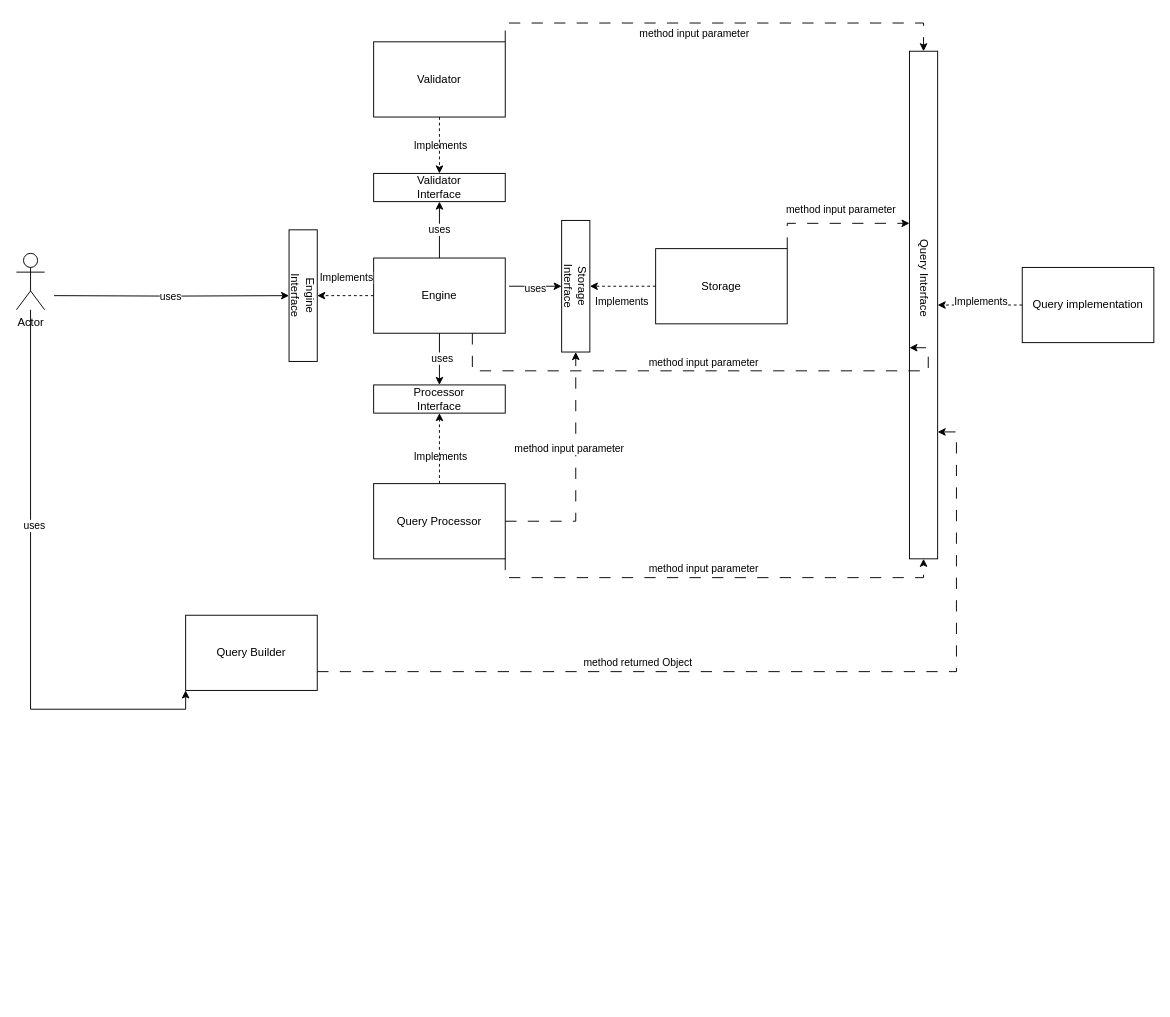
This is page "db-system" (2 of 3) of demo.drawio from abhihayer/Drawings, a draw.io file, before an edit. Source tidied: cells renumbered, new cells numbered last; positions are measured from the earlier drawing's top-left corner, leaving out a move shared by most shapes. Both pictures are drawn from the tidied source at 94%, with x=0, y=0 at pixel (16, 32).
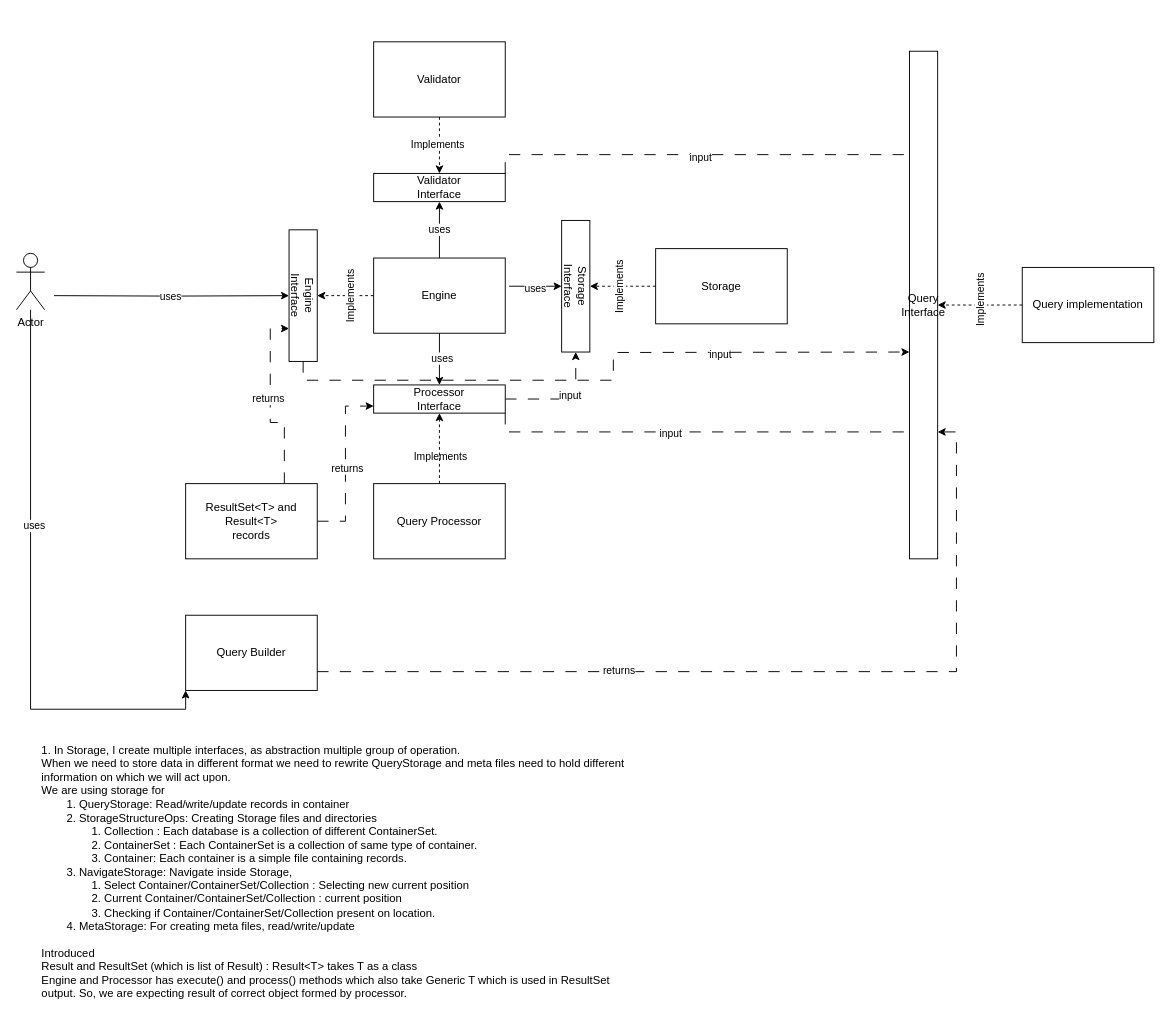
Above is the later version.

Unchanged cells that the change refers to:
```xml
<mxCell id="2" style="edgeStyle=orthogonalEdgeStyle;rounded=0;jettySize=auto;html=1;dashed=1;" parent="1" edge="1" source="5" target="10">
  <mxGeometry relative="1" as="geometry" />
</mxCell>
<mxCell id="5" value="Engine" style="rounded=0;whiteSpace=wrap;html=1;" parent="1" vertex="1">
  <mxGeometry x="380" y="240" width="140" height="80" as="geometry" />
</mxCell>
<mxCell id="6" style="group;" parent="1" vertex="1">
  <mxGeometry x="290" y="210" width="30" height="140" as="geometry" />
</mxCell>
<mxCell id="7" style="rounded=0;whiteSpace=wrap;html=1;" parent="6" vertex="1">
  <mxGeometry width="30" height="140" as="geometry" />
</mxCell>
<mxCell id="14" style="edgeStyle=orthogonalEdgeStyle;rounded=0;jettySize=auto;html=1;dashed=1;" parent="1" edge="1" source="19" target="24">
  <mxGeometry relative="1" as="geometry" />
</mxCell>
<mxCell id="19" value="Storage" style="rounded=0;whiteSpace=wrap;html=1;" parent="1" vertex="1">
  <mxGeometry x="680" y="230" width="140" height="80" as="geometry" />
</mxCell>
<mxCell id="21" value="Query Processor" style="rounded=0;whiteSpace=wrap;html=1;" parent="1" vertex="1">
  <mxGeometry x="380" y="480" width="140" height="80" as="geometry" />
</mxCell>
<mxCell id="23" style="rounded=0;whiteSpace=wrap;html=1;" parent="22" vertex="1">
  <mxGeometry width="30" height="140" as="geometry" />
</mxCell>
<mxCell id="28" style="rounded=0;whiteSpace=wrap;html=1;direction=south;" parent="27" vertex="1">
  <mxGeometry x="-55" y="55" width="140" height="30" as="geometry" />
</mxCell>
<mxCell id="33" style="rounded=0;whiteSpace=wrap;html=1;direction=south;" parent="32" vertex="1">
  <mxGeometry width="140" height="30" as="geometry" />
</mxCell>
<mxCell id="35" style="edgeStyle=orthogonalEdgeStyle;rounded=0;jettySize=auto;html=1;dashed=1;" parent="1" edge="1" source="36" target="34">
  <mxGeometry relative="1" as="geometry" />
</mxCell>
<mxCell id="36" value="Validator" style="rounded=0;whiteSpace=wrap;html=1;" parent="1" vertex="1">
  <mxGeometry x="380" y="10" width="140" height="80" as="geometry" />
</mxCell>
```

The edit, as a diff of the source:
```diff
@@
+    <mxCell id="56" value="Implements" style="edgeLabel;html=1;align=center;verticalAlign=middle;rotation=270;" parent="2" vertex="1">
+      <mxGeometry x="-0.11" y="2" relative="1" as="geometry">
+        <mxPoint x="2" as="offset" />
+      </mxGeometry>
+    </mxCell>
@@
+    <mxCell id="48" style="edgeStyle=orthogonalEdgeStyle;rounded=0;jettySize=auto;html=1;exitDx=0;exitDy=0;entryDx=0;entryDy=0;dashed=1;dashPattern=12 12;exitX=0.5;exitY=1;entryX=0.5;entryY=1;" parent="6" edge="1" source="7">
+      <mxGeometry relative="1" as="geometry">
+        <mxPoint x="660" y="130" as="targetPoint" />
+      </mxGeometry>
+    </mxCell>
+    <mxCell id="57" value="input" style="edgeLabel;html=1;align=center;verticalAlign=middle;" parent="48" vertex="1">
+      <mxGeometry x="0.42" y="-2" relative="1" as="geometry" />
+    </mxCell>
@@
-    <mxCell id="15" value="Implements" style="edgeLabel;html=1;align=center;verticalAlign=middle;" parent="14" vertex="1">
-      <mxGeometry x="0.05" y="2" relative="1" as="geometry">
-        <mxPoint y="13" as="offset" />
-      </mxGeometry>
-    </mxCell>
-    <mxCell id="16" value="Implements" style="edgeLabel;html=1;align=center;verticalAlign=middle;" parent="14" vertex="1">
-      <mxGeometry x="0.05" y="2" relative="1" as="geometry">
-        <mxPoint x="-193" y="-152" as="offset" />
-      </mxGeometry>
-    </mxCell>
-    <mxCell id="17" value="Implements" style="edgeLabel;html=1;align=center;verticalAlign=middle;" parent="14" vertex="1">
-      <mxGeometry x="0.05" y="2" relative="1" as="geometry">
-        <mxPoint x="-293" y="-12" as="offset" />
-      </mxGeometry>
-    </mxCell>
@@
+    <mxCell id="58" value="Implements" style="edgeLabel;html=1;align=center;verticalAlign=middle;rotation=270;" parent="14" vertex="1">
+      <mxGeometry x="0.1" y="2" relative="1" as="geometry" />
+    </mxCell>
@@
+    <mxCell id="59" value="Implements" style="edgeLabel;html=1;align=center;verticalAlign=middle;" parent="35" vertex="1">
+      <mxGeometry x="-0.07" y="-3" relative="1" as="geometry" />
+    </mxCell>
@@
-    <mxCell id="37" style="edgeStyle=orthogonalEdgeStyle;rounded=0;jettySize=auto;html=1;exitX=1;exitY=0.5;exitDx=0;exitDy=0;entryX=0.5;entryY=1;entryDx=0;entryDy=0;dashed=1;dashPattern=12 12;" parent="1" edge="1" source="21" target="23">
+    <mxCell id="37" style="edgeStyle=orthogonalEdgeStyle;rounded=0;jettySize=auto;html=1;exitX=0.5;exitY=0;exitDx=0;exitDy=0;entryX=0.5;entryY=1;entryDx=0;entryDy=0;dashed=1;dashPattern=12 12;" parent="1" edge="1" source="28" target="23">
       <mxGeometry relative="1" as="geometry" />
     </mxCell>
-    <mxCell id="38" value="method input parameter" style="edgeLabel;html=1;align=center;verticalAlign=middle;" parent="37" vertex="1">
-      <mxGeometry x="0.07" y="4" relative="1" as="geometry">
-        <mxPoint x="-4" y="-17" as="offset" />
-      </mxGeometry>
-    </mxCell>
-    <mxCell id="39" style="group;" parent="1" vertex="1">
-      <mxGeometry x="950" y="180" width="230" height="380" as="geometry" />
-    </mxCell>
+    <mxCell id="60" value="input&lt;div&gt;&lt;br&gt;&lt;/div&gt;" style="edgeLabel;html=1;align=center;verticalAlign=middle;" parent="37" vertex="1">
+      <mxGeometry x="0.08" y="-2" relative="1" as="geometry" />
+    </mxCell>
+    <mxCell id="45" style="edgeStyle=orthogonalEdgeStyle;rounded=0;jettySize=auto;html=1;exitX=0;exitY=0;exitDx=0;exitDy=0;entryX=0.5;entryY=0;entryDx=0;entryDy=0;dashed=1;dashPattern=12 12;" parent="1" edge="1" source="33" target="40">
+      <mxGeometry relative="1" as="geometry" />
+    </mxCell>
+    <mxCell id="61" value="input" style="edgeLabel;html=1;align=center;verticalAlign=middle;" parent="45" vertex="1">
+      <mxGeometry x="-0.21" y="-2" relative="1" as="geometry" />
+    </mxCell>
+    <mxCell id="46" style="edgeStyle=orthogonalEdgeStyle;rounded=0;jettySize=auto;html=1;exitX=1;exitY=0;exitDx=0;exitDy=0;entryX=0.5;entryY=1;entryDx=0;entryDy=0;dashed=1;dashPattern=12 12;" parent="1" edge="1" source="28" target="40">
+      <mxGeometry relative="1" as="geometry" />
+    </mxCell>
+    <mxCell id="62" value="input" style="edgeLabel;html=1;align=center;verticalAlign=middle;" parent="46" vertex="1">
+      <mxGeometry x="-0.35" y="-1" relative="1" as="geometry" />
+    </mxCell>
+    <mxCell id="53" value="Query Builder" style="rounded=0;whiteSpace=wrap;html=1;" parent="1" vertex="1">
+      <mxGeometry x="180" y="620" width="140" height="80" as="geometry" />
+    </mxCell>
+    <mxCell id="54" style="edgeStyle=orthogonalEdgeStyle;rounded=0;jettySize=auto;html=1;exitX=1;exitY=0.75;exitDx=0;exitDy=0;entryX=1;entryY=0.75;entryDx=0;entryDy=0;dashed=1;dashPattern=12 12;" parent="1" edge="1" source="53" target="40">
+      <mxGeometry relative="1" as="geometry" />
+    </mxCell>
+    <mxCell id="63" value="returns" style="edgeLabel;html=1;align=center;verticalAlign=middle;" parent="54" vertex="1">
+      <mxGeometry x="-0.33" y="2" relative="1" as="geometry" />
+    </mxCell>
+    <mxCell id="64" value="1. In Storage, I create multiple interfaces, as abstraction multiple group of operation.&amp;nbsp;&lt;div&gt;When we need to store data in different format we need to rewrite QueryStorage and meta files need to hold different information on which we will act upon.&lt;/div&gt;&lt;div&gt;We are using storage for&amp;nbsp;&lt;div&gt;&lt;div style=&quot;&quot;&gt;&lt;span style=&quot;background-color: transparent; color: light-dark(rgb(0, 0, 0), rgb(255, 255, 255));&quot;&gt;&lt;span style=&quot;white-space: pre;&quot;&gt;&#9;&lt;/span&gt;1. QueryStorage: Read/write/update records in container&lt;/span&gt;&lt;/div&gt;&lt;div style=&quot;&quot;&gt;&lt;span style=&quot;background-color: transparent; color: light-dark(rgb(0, 0, 0), rgb(255, 255, 255));&quot;&gt;&lt;span style=&quot;white-space: pre;&quot;&gt;&#9;&lt;/span&gt;2. StorageStructureOps: Creating Storage files and directories&lt;/span&gt;&lt;/div&gt;&lt;div style=&quot;&quot;&gt;&lt;span style=&quot;background-color: transparent; color: light-dark(rgb(0, 0, 0), rgb(255, 255, 255));&quot;&gt;&lt;span style=&quot;white-space: pre;&quot;&gt;&#9;&lt;/span&gt;&lt;span style=&quot;white-space: pre;&quot;&gt;&#9;&lt;/span&gt;1. Collection : Each database is a collection of different ContainerSet.&lt;br&gt;&lt;/span&gt;&lt;/div&gt;&lt;div style=&quot;&quot;&gt;&lt;span style=&quot;background-color: transparent; color: light-dark(rgb(0, 0, 0), rgb(255, 255, 255));&quot;&gt;&lt;span style=&quot;white-space: pre;&quot;&gt;&#9;&lt;/span&gt;&lt;span style=&quot;white-space: pre;&quot;&gt;&#9;&lt;/span&gt;2. ContainerSet : Each ContainerSet is a collection of same type of container.&lt;/span&gt;&lt;/div&gt;&lt;div style=&quot;&quot;&gt;&lt;span style=&quot;background-color: transparent; color: light-dark(rgb(0, 0, 0), rgb(255, 255, 255));&quot;&gt;&lt;span style=&quot;white-space: pre;&quot;&gt;&#9;&lt;/span&gt;&lt;span style=&quot;white-space: pre;&quot;&gt;&#9;&lt;/span&gt;3. Container: Each container is a simple file containing records.&amp;nbsp;&lt;br&gt;&lt;/span&gt;&lt;/div&gt;&lt;div style=&quot;&quot;&gt;&lt;span style=&quot;background-color: transparent; color: light-dark(rgb(0, 0, 0), rgb(255, 255, 255));&quot;&gt;&lt;span style=&quot;white-space: pre;&quot;&gt;&#9;&lt;/span&gt;3. NavigateStorage: Navigate inside Storage,&amp;nbsp;&lt;br&gt;&lt;/span&gt;&lt;/div&gt;&lt;div style=&quot;&quot;&gt;&lt;span style=&quot;background-color: transparent; color: light-dark(rgb(0, 0, 0), rgb(255, 255, 255));&quot;&gt;&lt;span style=&quot;white-space: pre;&quot;&gt;&#9;&lt;/span&gt;&lt;span style=&quot;white-space: pre;&quot;&gt;&#9;&lt;/span&gt;1. Select Container/ContainerSet/Collection : Selecting new current position&lt;br&gt;&lt;/span&gt;&lt;/div&gt;&lt;div style=&quot;&quot;&gt;&lt;span style=&quot;background-color: transparent; color: light-dark(rgb(0, 0, 0), rgb(255, 255, 255));&quot;&gt;&lt;span style=&quot;white-space: pre;&quot;&gt;&#9;&lt;/span&gt;&lt;span style=&quot;white-space: pre;&quot;&gt;&#9;&lt;/span&gt;2. Current&lt;/span&gt;&lt;span style=&quot;background-color: transparent; color: light-dark(rgb(0, 0, 0), rgb(255, 255, 255));&quot;&gt;&amp;nbsp;Container/ContainerSet/Collection : current position&lt;/span&gt;&lt;/div&gt;&lt;div style=&quot;&quot;&gt;&lt;span style=&quot;background-color: transparent; color: light-dark(rgb(0, 0, 0), rgb(255, 255, 255));&quot;&gt;&lt;span style=&quot;white-space: pre;&quot;&gt;&#9;&lt;/span&gt;&lt;span style=&quot;white-space: pre;&quot;&gt;&#9;&lt;/span&gt;3. Checking if&amp;nbsp;&lt;/span&gt;&lt;span style=&quot;background-color: transparent; color: light-dark(rgb(0, 0, 0), rgb(255, 255, 255));&quot;&gt;Container/ContainerSet/Collection&lt;/span&gt;&lt;span style=&quot;background-color: transparent; color: light-dark(rgb(0, 0, 0), rgb(255, 255, 255));&quot;&gt;&amp;nbsp;present on location.&lt;/span&gt;&lt;span style=&quot;background-color: transparent; color: light-dark(rgb(0, 0, 0), rgb(255, 255, 255));&quot;&gt;&lt;br&gt;&lt;/span&gt;&lt;/div&gt;&lt;div style=&quot;&quot;&gt;&lt;span style=&quot;background-color: transparent; color: light-dark(rgb(0, 0, 0), rgb(255, 255, 255));&quot;&gt;&amp;nbsp;&lt;span style=&quot;white-space: pre;&quot;&gt;&#9;&lt;/span&gt;4. MetaStorage: For creating meta files, read/write/update&lt;/span&gt;&lt;/div&gt;&lt;div&gt;&lt;span style=&quot;background-color: transparent; color: light-dark(rgb(0, 0, 0), rgb(255, 255, 255));&quot;&gt;&lt;br&gt;&lt;/span&gt;&lt;/div&gt;&lt;div&gt;&lt;span style=&quot;background-color: transparent; color: light-dark(rgb(0, 0, 0), rgb(255, 255, 255));&quot;&gt;Introduced&lt;/span&gt;&lt;/div&gt;&lt;div&gt;&lt;span style=&quot;background-color: transparent; color: light-dark(rgb(0, 0, 0), rgb(255, 255, 255));&quot;&gt;Result and ResultSet (which is list of Result) : Result&amp;lt;T&amp;gt; takes T as a class&lt;br&gt;&lt;/span&gt;&lt;/div&gt;&lt;div&gt;&lt;span style=&quot;background-color: transparent; color: light-dark(rgb(0, 0, 0), rgb(255, 255, 255));&quot;&gt;Engine and Processor has execute() and process() methods which also take Generic T which is used in ResultSet output. So, we are expecting result of correct object formed by processor.&amp;nbsp;&lt;/span&gt;&lt;/div&gt;&lt;/div&gt;&lt;/div&gt;" style="text;html=1;whiteSpace=wrap;strokeColor=none;fillColor=none;align=left;verticalAlign=top;rounded=0;" parent="1" vertex="1">
+      <mxGeometry x="25" y="750" width="630" height="250" as="geometry" />
+    </mxCell>
+    <mxCell id="65" style="edgeStyle=orthogonalEdgeStyle;rounded=0;jettySize=auto;html=1;dashed=1;dashPattern=12 12;entryX=0.75;entryY=1;entryDx=0;entryDy=0;" parent="1" edge="1" source="69" target="28">
+      <mxGeometry relative="1" as="geometry" />
+    </mxCell>
+    <mxCell id="66" value="returns" style="edgeLabel;html=1;align=center;verticalAlign=middle;" parent="65" vertex="1">
+      <mxGeometry x="-0.17" y="-1" relative="1" as="geometry">
+        <mxPoint y="-11" as="offset" />
+      </mxGeometry>
+    </mxCell>
+    <mxCell id="67" style="edgeStyle=orthogonalEdgeStyle;rounded=0;jettySize=auto;html=1;exitX=0.75;exitY=0;exitDx=0;exitDy=0;entryX=0;entryY=0.75;entryDx=0;entryDy=0;dashed=1;dashPattern=12 12;" parent="1" edge="1" source="69" target="7">
+      <mxGeometry relative="1" as="geometry" />
+    </mxCell>
+    <mxCell id="68" value="returns" style="edgeLabel;html=1;align=center;verticalAlign=middle;" parent="67" vertex="1">
+      <mxGeometry x="0.06" y="3" relative="1" as="geometry" />
+    </mxCell>
+    <mxCell id="69" value="ResultSet&amp;lt;T&amp;gt; and Result&amp;lt;T&amp;gt;&lt;br&gt;records" style="rounded=0;whiteSpace=wrap;html=1;" parent="1" vertex="1">
+      <mxGeometry x="180" y="480" width="140" height="80" as="geometry" />
+    </mxCell>
-    <mxCell id="40" style="rounded=0;whiteSpace=wrap;html=1;" parent="39" vertex="1">
-      <mxGeometry y="-160" width="30" height="540" as="geometry" />
+    <mxCell id="40" value="Query Interface" style="rounded=0;whiteSpace=wrap;html=1;align=center;" parent="1" vertex="1">
+      <mxGeometry x="950" y="20" width="30" height="540" as="geometry" />
     </mxCell>
-    <mxCell id="41" value="Query Interface" style="text;html=1;whiteSpace=wrap;strokeColor=none;fillColor=none;align=center;verticalAlign=middle;rounded=0;rotation=90;" parent="39" vertex="1">
-      <mxGeometry x="-101.2" y="66.2" width="232.5" height="30" as="geometry" />
-    </mxCell>
-    <mxCell id="42" style="edgeStyle=orthogonalEdgeStyle;rounded=0;jettySize=auto;html=1;dashed=1;" parent="39" edge="1" source="44" target="40">
+    <mxCell id="42" style="edgeStyle=orthogonalEdgeStyle;rounded=0;jettySize=auto;html=1;dashed=1;" parent="1" edge="1" source="44" target="40">
       <mxGeometry relative="1" as="geometry" />
     </mxCell>
-    <mxCell id="43" value="Implements" style="edgeLabel;html=1;align=center;verticalAlign=middle;" parent="42" vertex="1">
+    <mxCell id="43" value="Implements" style="edgeLabel;html=1;align=center;verticalAlign=middle;rotation=270;" parent="42" vertex="1">
       <mxGeometry y="-4" relative="1" as="geometry" />
     </mxCell>
-    <mxCell id="44" value="Query implementation" style="rounded=0;whiteSpace=wrap;html=1;" parent="39" vertex="1">
-      <mxGeometry x="120" y="70" width="140" height="80" as="geometry" />
+    <mxCell id="44" value="Query implementation" style="rounded=0;whiteSpace=wrap;html=1;" parent="1" vertex="1">
+      <mxGeometry x="1070" y="250" width="140" height="80" as="geometry" />
     </mxCell>
-    <mxCell id="45" style="edgeStyle=orthogonalEdgeStyle;rounded=0;jettySize=auto;html=1;exitX=1;exitY=0;exitDx=0;exitDy=0;entryX=0.5;entryY=0;entryDx=0;entryDy=0;dashed=1;dashPattern=12 12;" parent="1" edge="1" source="36" target="40">
-      <mxGeometry relative="1" as="geometry" />
-    </mxCell>
-    <mxCell id="46" style="edgeStyle=orthogonalEdgeStyle;rounded=0;jettySize=auto;html=1;exitX=1;exitY=1;exitDx=0;exitDy=0;entryX=0.5;entryY=1;entryDx=0;entryDy=0;dashed=1;dashPattern=12 12;" parent="1" edge="1" source="21" target="40">
-      <mxGeometry relative="1" as="geometry" />
-    </mxCell>
-    <mxCell id="47" style="edgeStyle=orthogonalEdgeStyle;rounded=0;jettySize=auto;html=1;exitX=1;exitY=0;exitDx=0;exitDy=0;entryX=0.25;entryY=1;entryDx=0;entryDy=0;dashed=1;dashPattern=12 12;" parent="1" edge="1" source="19" target="41">
-      <mxGeometry relative="1" as="geometry" />
-    </mxCell>
-    <mxCell id="48" style="edgeStyle=orthogonalEdgeStyle;rounded=0;jettySize=auto;html=1;exitX=0.75;exitY=1;exitDx=0;exitDy=0;entryX=0.75;entryY=1;entryDx=0;entryDy=0;dashed=1;dashPattern=12 12;" parent="1" edge="1" source="5">
-      <mxGeometry relative="1" as="geometry">
-        <mxPoint x="950" y="335.4" as="targetPoint" />
-        <Array as="points">
-          <mxPoint x="485" y="360" />
-          <mxPoint x="970" y="360" />
-          <mxPoint x="970" y="335" />
-        </Array>
-      </mxGeometry>
-    </mxCell>
-    <mxCell id="49" value="method input parameter" style="edgeLabel;html=1;align=center;verticalAlign=middle;" parent="1" vertex="1">
-      <mxGeometry x="730" y="570" as="geometry" />
-    </mxCell>
-    <mxCell id="50" value="method input parameter" style="edgeLabel;html=1;align=center;verticalAlign=middle;" parent="1" vertex="1">
-      <mxGeometry x="730" y="350" as="geometry" />
-    </mxCell>
-    <mxCell id="51" value="method input parameter" style="edgeLabel;html=1;align=center;verticalAlign=middle;" parent="1" vertex="1">
-      <mxGeometry x="870" y="170" as="geometry">
-        <mxPoint x="6" y="18" as="offset" />
-      </mxGeometry>
-    </mxCell>
-    <mxCell id="52" value="method input parameter" style="edgeLabel;html=1;align=center;verticalAlign=middle;" parent="1" vertex="1">
-      <mxGeometry x="720" as="geometry" />
-    </mxCell>
-    <mxCell id="53" value="Query Builder" style="rounded=0;whiteSpace=wrap;html=1;" parent="1" vertex="1">
-      <mxGeometry x="180" y="620" width="140" height="80" as="geometry" />
-    </mxCell>
-    <mxCell id="54" style="edgeStyle=orthogonalEdgeStyle;rounded=0;jettySize=auto;html=1;exitX=1;exitY=0.75;exitDx=0;exitDy=0;entryX=1;entryY=0.75;entryDx=0;entryDy=0;dashed=1;dashPattern=12 12;" parent="1" edge="1" source="53" target="40">
-      <mxGeometry relative="1" as="geometry" />
-    </mxCell>
-    <mxCell id="55" value="method returned Object" style="edgeLabel;html=1;align=center;verticalAlign=middle;" parent="1" vertex="1">
-      <mxGeometry x="660" y="670" as="geometry" />
-    </mxCell>
```
